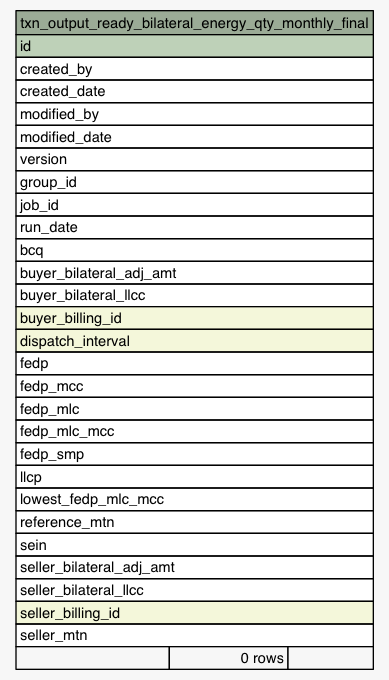
This is Data/settlement/diagrams/summary/txn_output_ready_bilateral_energy_qty_monthly_final.1degree.png from eyana-m/python-data-dictionary-writer, a Graphviz export, as it was before one commit. Its source is kept beside it as Data/settlement/diagrams/summary/txn_output_ready_bilateral_energy_qty_monthly_final.1degree.dot. Its diagram source:
```dot
digraph "txn_output_ready_bilateral_energy_qty_monthly_final" {
  graph [
    rankdir="RL"
    bgcolor="#f7f7f7"
    nodesep="0.18"
    ranksep="0.46"
    fontname="Helvetica"
    fontsize="11"
  ];
  node [
    fontname="Helvetica"
    fontsize="11"
    shape="plaintext"
  ];
  edge [
    arrowsize="0.8"
  ];
  "txn_output_ready_bilateral_energy_qty_monthly_final" [
    label=<
    <TABLE BORDER="0" CELLBORDER="1" CELLSPACING="0" BGCOLOR="#ffffff">
      <TR><TD COLSPAN="3" BGCOLOR="#9bab96" ALIGN="CENTER">txn_output_ready_bilateral_energy_qty_monthly_final</TD></TR>
      <TR><TD PORT="id" COLSPAN="3" BGCOLOR="#bed1b8" ALIGN="LEFT">id</TD></TR>
      <TR><TD PORT="created_by" COLSPAN="3" ALIGN="LEFT">created_by</TD></TR>
      <TR><TD PORT="created_date" COLSPAN="3" ALIGN="LEFT">created_date</TD></TR>
      <TR><TD PORT="modified_by" COLSPAN="3" ALIGN="LEFT">modified_by</TD></TR>
      <TR><TD PORT="modified_date" COLSPAN="3" ALIGN="LEFT">modified_date</TD></TR>
      <TR><TD PORT="version" COLSPAN="3" ALIGN="LEFT">version</TD></TR>
      <TR><TD PORT="group_id" COLSPAN="3" ALIGN="LEFT">group_id</TD></TR>
      <TR><TD PORT="job_id" COLSPAN="3" ALIGN="LEFT">job_id</TD></TR>
      <TR><TD PORT="run_date" COLSPAN="3" ALIGN="LEFT">run_date</TD></TR>
      <TR><TD PORT="bcq" COLSPAN="3" ALIGN="LEFT">bcq</TD></TR>
      <TR><TD PORT="buyer_bilateral_adj_amt" COLSPAN="3" ALIGN="LEFT">buyer_bilateral_adj_amt</TD></TR>
      <TR><TD PORT="buyer_bilateral_llcc" COLSPAN="3" ALIGN="LEFT">buyer_bilateral_llcc</TD></TR>
      <TR><TD PORT="buyer_billing_id" COLSPAN="3" BGCOLOR="#f4f7da" ALIGN="LEFT">buyer_billing_id</TD></TR>
      <TR><TD PORT="dispatch_interval" COLSPAN="3" BGCOLOR="#f4f7da" ALIGN="LEFT">dispatch_interval</TD></TR>
      <TR><TD PORT="fedp" COLSPAN="3" ALIGN="LEFT">fedp</TD></TR>
      <TR><TD PORT="fedp_mcc" COLSPAN="3" ALIGN="LEFT">fedp_mcc</TD></TR>
      <TR><TD PORT="fedp_mlc" COLSPAN="3" ALIGN="LEFT">fedp_mlc</TD></TR>
      <TR><TD PORT="fedp_mlc_mcc" COLSPAN="3" ALIGN="LEFT">fedp_mlc_mcc</TD></TR>
      <TR><TD PORT="fedp_smp" COLSPAN="3" ALIGN="LEFT">fedp_smp</TD></TR>
      <TR><TD PORT="llcp" COLSPAN="3" ALIGN="LEFT">llcp</TD></TR>
      <TR><TD PORT="lowest_fedp_mlc_mcc" COLSPAN="3" ALIGN="LEFT">lowest_fedp_mlc_mcc</TD></TR>
      <TR><TD PORT="reference_mtn" COLSPAN="3" ALIGN="LEFT">reference_mtn</TD></TR>
      <TR><TD PORT="sein" COLSPAN="3" ALIGN="LEFT">sein</TD></TR>
      <TR><TD PORT="seller_bilateral_adj_amt" COLSPAN="3" ALIGN="LEFT">seller_bilateral_adj_amt</TD></TR>
      <TR><TD PORT="seller_bilateral_llcc" COLSPAN="3" ALIGN="LEFT">seller_bilateral_llcc</TD></TR>
      <TR><TD PORT="seller_billing_id" COLSPAN="3" BGCOLOR="#f4f7da" ALIGN="LEFT">seller_billing_id</TD></TR>
      <TR><TD PORT="seller_mtn" COLSPAN="3" ALIGN="LEFT">seller_mtn</TD></TR>
      <TR><TD ALIGN="LEFT" BGCOLOR="#f7f7f7">  </TD><TD ALIGN="RIGHT" BGCOLOR="#f7f7f7">0 rows</TD><TD ALIGN="RIGHT" BGCOLOR="#f7f7f7">  </TD></TR>
    </TABLE>>
    URL="tables/txn_output_ready_bilateral_energy_qty_monthly_final.html"
    tooltip="txn_output_ready_bilateral_energy_qty_monthly_final"
  ];
}
```
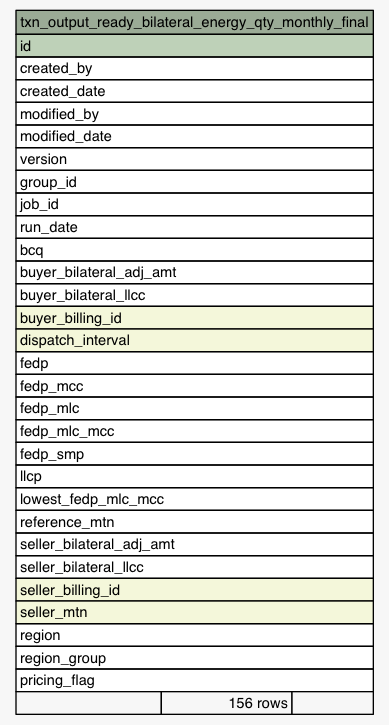
After the commit.

What changed in the source:
```diff
@@ -41,12 +41,14 @@
       <TR><TD PORT="llcp" COLSPAN="3" ALIGN="LEFT">llcp</TD></TR>
       <TR><TD PORT="lowest_fedp_mlc_mcc" COLSPAN="3" ALIGN="LEFT">lowest_fedp_mlc_mcc</TD></TR>
       <TR><TD PORT="reference_mtn" COLSPAN="3" ALIGN="LEFT">reference_mtn</TD></TR>
-      <TR><TD PORT="sein" COLSPAN="3" ALIGN="LEFT">sein</TD></TR>
       <TR><TD PORT="seller_bilateral_adj_amt" COLSPAN="3" ALIGN="LEFT">seller_bilateral_adj_amt</TD></TR>
       <TR><TD PORT="seller_bilateral_llcc" COLSPAN="3" ALIGN="LEFT">seller_bilateral_llcc</TD></TR>
       <TR><TD PORT="seller_billing_id" COLSPAN="3" BGCOLOR="#f4f7da" ALIGN="LEFT">seller_billing_id</TD></TR>
-      <TR><TD PORT="seller_mtn" COLSPAN="3" ALIGN="LEFT">seller_mtn</TD></TR>
-      <TR><TD ALIGN="LEFT" BGCOLOR="#f7f7f7">  </TD><TD ALIGN="RIGHT" BGCOLOR="#f7f7f7">0 rows</TD><TD ALIGN="RIGHT" BGCOLOR="#f7f7f7">  </TD></TR>
+      <TR><TD PORT="seller_mtn" COLSPAN="3" BGCOLOR="#f4f7da" ALIGN="LEFT">seller_mtn</TD></TR>
+      <TR><TD PORT="region" COLSPAN="3" ALIGN="LEFT">region</TD></TR>
+      <TR><TD PORT="region_group" COLSPAN="3" ALIGN="LEFT">region_group</TD></TR>
+      <TR><TD PORT="pricing_flag" COLSPAN="3" ALIGN="LEFT">pricing_flag</TD></TR>
+      <TR><TD ALIGN="LEFT" BGCOLOR="#f7f7f7">  </TD><TD ALIGN="RIGHT" BGCOLOR="#f7f7f7">156 rows</TD><TD ALIGN="RIGHT" BGCOLOR="#f7f7f7">  </TD></TR>
     </TABLE>>
     URL="tables/txn_output_ready_bilateral_energy_qty_monthly_final.html"
     tooltip="txn_output_ready_bilateral_energy_qty_monthly_final"
```
